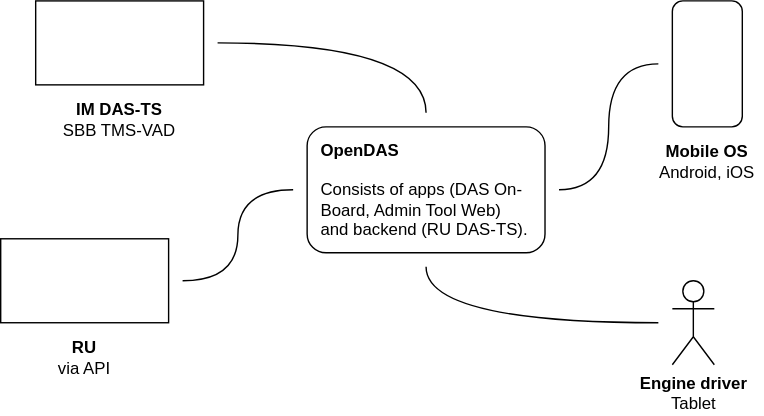
The draw.io diagram docs/content/architecture/03_context/business_context.drawio.svg in SchweizerischeBundesbahnen/DAS, before a commit. Source tidied: cells renumbered, new cells last; positions are measured from the earlier drawing's top-left corner, leaving out a move shared by most shapes. Its diagram source:
```xml
<mxGraphModel>
  <root>
    <mxCell id="0" />
    <mxCell id="1" parent="0" />
    <mxCell id="2" value="&lt;b&gt;OpenDAS&lt;/b&gt;&lt;br&gt;&lt;br&gt;Consists&amp;nbsp;of apps (DAS On-Board, Admin Tool Web) and backend (RU DAS-TS)." style="rounded=1;whiteSpace=wrap;html=1;align=left;spacingTop=0;spacing=10;" parent="1" vertex="1">
      <mxGeometry x="219" y="90" width="170" height="90" as="geometry" />
    </mxCell>
    <mxCell id="3" style="rounded=1;whiteSpace=wrap;html=1;" parent="1" vertex="1">
      <mxGeometry x="480" width="50" height="90" as="geometry" />
    </mxCell>
    <mxCell id="4" value="&lt;b&gt;Mobile OS&lt;/b&gt;&lt;br&gt;Android, iOS" style="text;html=1;strokeColor=none;fillColor=none;align=center;verticalAlign=middle;whiteSpace=wrap;rounded=0;" parent="1" vertex="1">
      <mxGeometry x="465" y="100" width="80" height="30" as="geometry" />
    </mxCell>
    <mxCell id="5" style="edgeStyle=orthogonalEdgeStyle;rounded=0;jettySize=auto;html=1;elbow=vertical;curved=1;targetPerimeterSpacing=10;sourcePerimeterSpacing=10;endArrow=none;endFill=0;" parent="1" edge="1" source="6" target="2">
      <mxGeometry relative="1" as="geometry" />
    </mxCell>
    <mxCell id="6" style="rounded=0;whiteSpace=wrap;html=1;" parent="1" vertex="1">
      <mxGeometry x="25" width="120" height="60" as="geometry" />
    </mxCell>
    <mxCell id="7" value="&lt;b&gt;IM DAS-TS&lt;/b&gt;&lt;br&gt;SBB TMS-VAD" style="text;html=1;strokeColor=none;fillColor=none;align=center;verticalAlign=middle;whiteSpace=wrap;rounded=0;" parent="1" vertex="1">
      <mxGeometry x="40" y="70" width="90" height="30" as="geometry" />
    </mxCell>
    <mxCell id="8" style="rounded=0;whiteSpace=wrap;html=1;" parent="1" vertex="1">
      <mxGeometry y="170" width="120" height="60" as="geometry" />
    </mxCell>
    <mxCell id="9" value="&lt;b&gt;RU&lt;/b&gt;&lt;br&gt;via API" style="text;html=1;strokeColor=none;fillColor=none;align=center;verticalAlign=middle;whiteSpace=wrap;rounded=0;" parent="1" vertex="1">
      <mxGeometry x="15" y="240" width="90" height="30" as="geometry" />
    </mxCell>
    <mxCell id="10" style="rounded=0;jettySize=auto;html=1;elbow=vertical;targetPerimeterSpacing=10;sourcePerimeterSpacing=10;endArrow=none;endFill=0;edgeStyle=orthogonalEdgeStyle;curved=1;" parent="1" edge="1" source="8" target="2">
      <mxGeometry relative="1" as="geometry" />
    </mxCell>
    <mxCell id="11" style="edgeStyle=orthogonalEdgeStyle;rounded=0;jettySize=auto;html=1;elbow=vertical;curved=1;targetPerimeterSpacing=10;sourcePerimeterSpacing=10;endArrow=none;endFill=0;" parent="1" edge="1" source="3" target="2">
      <mxGeometry relative="1" as="geometry" />
    </mxCell>
    <mxCell id="12" value="&lt;b&gt;Engine driver&lt;/b&gt;&lt;br&gt;Tablet" style="shape=umlActor;verticalLabelPosition=bottom;verticalAlign=top;html=1;outlineConnect=0;" parent="1" vertex="1">
      <mxGeometry x="480" y="200" width="30" height="60" as="geometry" />
    </mxCell>
    <mxCell id="13" style="edgeStyle=orthogonalEdgeStyle;rounded=0;jettySize=auto;html=1;elbow=vertical;curved=1;targetPerimeterSpacing=10;sourcePerimeterSpacing=10;endArrow=none;endFill=0;" parent="1" edge="1" source="12" target="2">
      <mxGeometry relative="1" as="geometry" />
    </mxCell>
  </root>
</mxGraphModel>
```
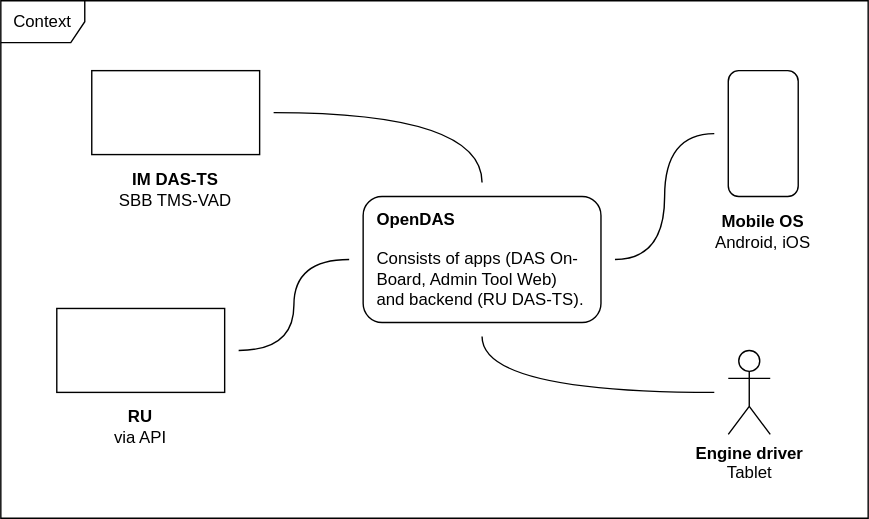
The same diagram one commit later.

What changed in the source:
```diff
@@ -1,42 +1,45 @@
-<mxGraphModel>
+<mxGraphModel background="#FFFFFF">
   <root>
     <mxCell id="0" />
     <mxCell id="1" parent="0" />
-    <mxCell id="2" value="&lt;b&gt;OpenDAS&lt;/b&gt;&lt;br&gt;&lt;br&gt;Consists&amp;nbsp;of apps (DAS On-Board, Admin Tool Web) and backend (RU DAS-TS)." style="rounded=1;whiteSpace=wrap;html=1;align=left;spacingTop=0;spacing=10;" parent="1" vertex="1">
+    <mxCell id="2" value="&lt;b&gt;OpenDAS&lt;/b&gt;&lt;br&gt;&lt;br&gt;Consists&amp;nbsp;of apps (DAS On-Board, Admin Tool Web) and backend (RU DAS-TS)." style="rounded=1;whiteSpace=wrap;html=1;align=left;spacingTop=0;spacing=10;labelBackgroundColor=none;" parent="1" vertex="1">
       <mxGeometry x="219" y="90" width="170" height="90" as="geometry" />
     </mxCell>
-    <mxCell id="3" style="rounded=1;whiteSpace=wrap;html=1;" parent="1" vertex="1">
+    <mxCell id="3" style="rounded=1;whiteSpace=wrap;html=1;labelBackgroundColor=none;" parent="1" vertex="1">
       <mxGeometry x="480" width="50" height="90" as="geometry" />
     </mxCell>
-    <mxCell id="4" value="&lt;b&gt;Mobile OS&lt;/b&gt;&lt;br&gt;Android, iOS" style="text;html=1;strokeColor=none;fillColor=none;align=center;verticalAlign=middle;whiteSpace=wrap;rounded=0;" parent="1" vertex="1">
+    <mxCell id="4" value="&lt;b&gt;Mobile OS&lt;/b&gt;&lt;br&gt;Android, iOS" style="text;html=1;strokeColor=none;fillColor=none;align=center;verticalAlign=middle;whiteSpace=wrap;rounded=0;labelBackgroundColor=none;" parent="1" vertex="1">
       <mxGeometry x="465" y="100" width="80" height="30" as="geometry" />
     </mxCell>
-    <mxCell id="5" style="edgeStyle=orthogonalEdgeStyle;rounded=0;jettySize=auto;html=1;elbow=vertical;curved=1;targetPerimeterSpacing=10;sourcePerimeterSpacing=10;endArrow=none;endFill=0;" parent="1" edge="1" source="6" target="2">
+    <mxCell id="5" style="edgeStyle=orthogonalEdgeStyle;rounded=0;jettySize=auto;html=1;elbow=vertical;curved=1;targetPerimeterSpacing=10;sourcePerimeterSpacing=10;endArrow=none;endFill=0;labelBackgroundColor=none;fontColor=default;" parent="1" edge="1" source="6" target="2">
       <mxGeometry relative="1" as="geometry" />
     </mxCell>
-    <mxCell id="6" style="rounded=0;whiteSpace=wrap;html=1;" parent="1" vertex="1">
+    <mxCell id="6" style="rounded=0;whiteSpace=wrap;html=1;labelBackgroundColor=none;" parent="1" vertex="1">
       <mxGeometry x="25" width="120" height="60" as="geometry" />
     </mxCell>
-    <mxCell id="7" value="&lt;b&gt;IM DAS-TS&lt;/b&gt;&lt;br&gt;SBB TMS-VAD" style="text;html=1;strokeColor=none;fillColor=none;align=center;verticalAlign=middle;whiteSpace=wrap;rounded=0;" parent="1" vertex="1">
+    <mxCell id="7" value="&lt;b&gt;IM DAS-TS&lt;/b&gt;&lt;br&gt;SBB TMS-VAD" style="text;html=1;strokeColor=none;fillColor=none;align=center;verticalAlign=middle;whiteSpace=wrap;rounded=0;labelBackgroundColor=none;" parent="1" vertex="1">
       <mxGeometry x="40" y="70" width="90" height="30" as="geometry" />
     </mxCell>
-    <mxCell id="8" style="rounded=0;whiteSpace=wrap;html=1;" parent="1" vertex="1">
+    <mxCell id="8" style="rounded=0;whiteSpace=wrap;html=1;labelBackgroundColor=none;" parent="1" vertex="1">
       <mxGeometry y="170" width="120" height="60" as="geometry" />
     </mxCell>
-    <mxCell id="9" value="&lt;b&gt;RU&lt;/b&gt;&lt;br&gt;via API" style="text;html=1;strokeColor=none;fillColor=none;align=center;verticalAlign=middle;whiteSpace=wrap;rounded=0;" parent="1" vertex="1">
+    <mxCell id="9" value="&lt;b&gt;RU&lt;/b&gt;&lt;br&gt;via API" style="text;html=1;strokeColor=none;fillColor=none;align=center;verticalAlign=middle;whiteSpace=wrap;rounded=0;labelBackgroundColor=none;" parent="1" vertex="1">
       <mxGeometry x="15" y="240" width="90" height="30" as="geometry" />
     </mxCell>
-    <mxCell id="10" style="rounded=0;jettySize=auto;html=1;elbow=vertical;targetPerimeterSpacing=10;sourcePerimeterSpacing=10;endArrow=none;endFill=0;edgeStyle=orthogonalEdgeStyle;curved=1;" parent="1" edge="1" source="8" target="2">
+    <mxCell id="10" style="rounded=0;jettySize=auto;html=1;elbow=vertical;targetPerimeterSpacing=10;sourcePerimeterSpacing=10;endArrow=none;endFill=0;edgeStyle=orthogonalEdgeStyle;curved=1;labelBackgroundColor=none;fontColor=default;" parent="1" edge="1" source="8" target="2">
       <mxGeometry relative="1" as="geometry" />
     </mxCell>
-    <mxCell id="11" style="edgeStyle=orthogonalEdgeStyle;rounded=0;jettySize=auto;html=1;elbow=vertical;curved=1;targetPerimeterSpacing=10;sourcePerimeterSpacing=10;endArrow=none;endFill=0;" parent="1" edge="1" source="3" target="2">
+    <mxCell id="11" style="edgeStyle=orthogonalEdgeStyle;rounded=0;jettySize=auto;html=1;elbow=vertical;curved=1;targetPerimeterSpacing=10;sourcePerimeterSpacing=10;endArrow=none;endFill=0;labelBackgroundColor=none;fontColor=default;" parent="1" edge="1" source="3" target="2">
       <mxGeometry relative="1" as="geometry" />
     </mxCell>
-    <mxCell id="12" value="&lt;b&gt;Engine driver&lt;/b&gt;&lt;br&gt;Tablet" style="shape=umlActor;verticalLabelPosition=bottom;verticalAlign=top;html=1;outlineConnect=0;" parent="1" vertex="1">
+    <mxCell id="12" value="&lt;b&gt;Engine driver&lt;/b&gt;&lt;br&gt;Tablet" style="shape=umlActor;verticalLabelPosition=bottom;verticalAlign=top;html=1;outlineConnect=0;labelBackgroundColor=none;" parent="1" vertex="1">
       <mxGeometry x="480" y="200" width="30" height="60" as="geometry" />
     </mxCell>
-    <mxCell id="13" style="edgeStyle=orthogonalEdgeStyle;rounded=0;jettySize=auto;html=1;elbow=vertical;curved=1;targetPerimeterSpacing=10;sourcePerimeterSpacing=10;endArrow=none;endFill=0;" parent="1" edge="1" source="12" target="2">
+    <mxCell id="13" style="edgeStyle=orthogonalEdgeStyle;rounded=0;jettySize=auto;html=1;elbow=vertical;curved=1;targetPerimeterSpacing=10;sourcePerimeterSpacing=10;endArrow=none;endFill=0;labelBackgroundColor=none;fontColor=default;" parent="1" edge="1" source="12" target="2">
       <mxGeometry relative="1" as="geometry" />
     </mxCell>
+    <mxCell id="14" value="Context" style="shape=umlFrame;whiteSpace=wrap;html=1;" parent="1" vertex="1">
+      <mxGeometry x="-40" y="-50" width="620" height="370" as="geometry" />
+    </mxCell>
   </root>
 </mxGraphModel>
```
